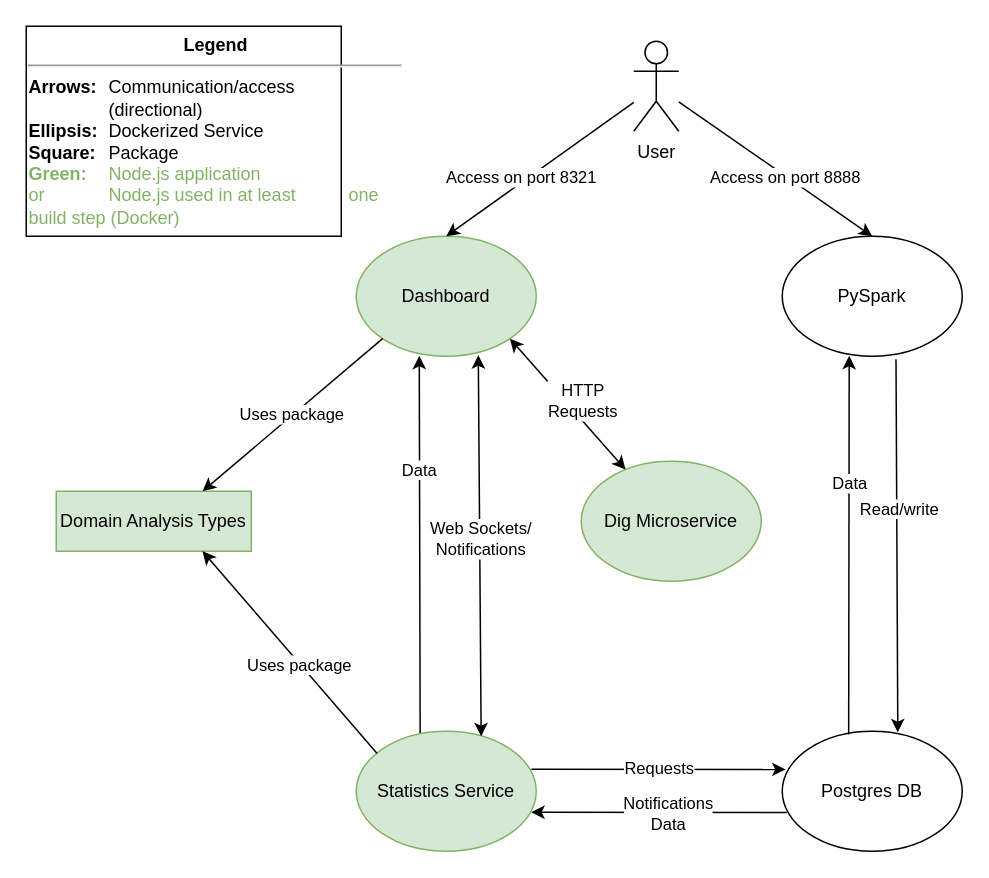
Earlier version of the draw.io diagram project-architecture.drawio (FFCA/bda-gr4-domains-analysis). Source tidied: cells renumbered, new cells numbered last; positions are measured from the earlier drawing's top-left corner, leaving out a move shared by most shapes. Both pictures are drawn from the tidied source at 150%, with x=0, y=0 at pixel (26, 26).
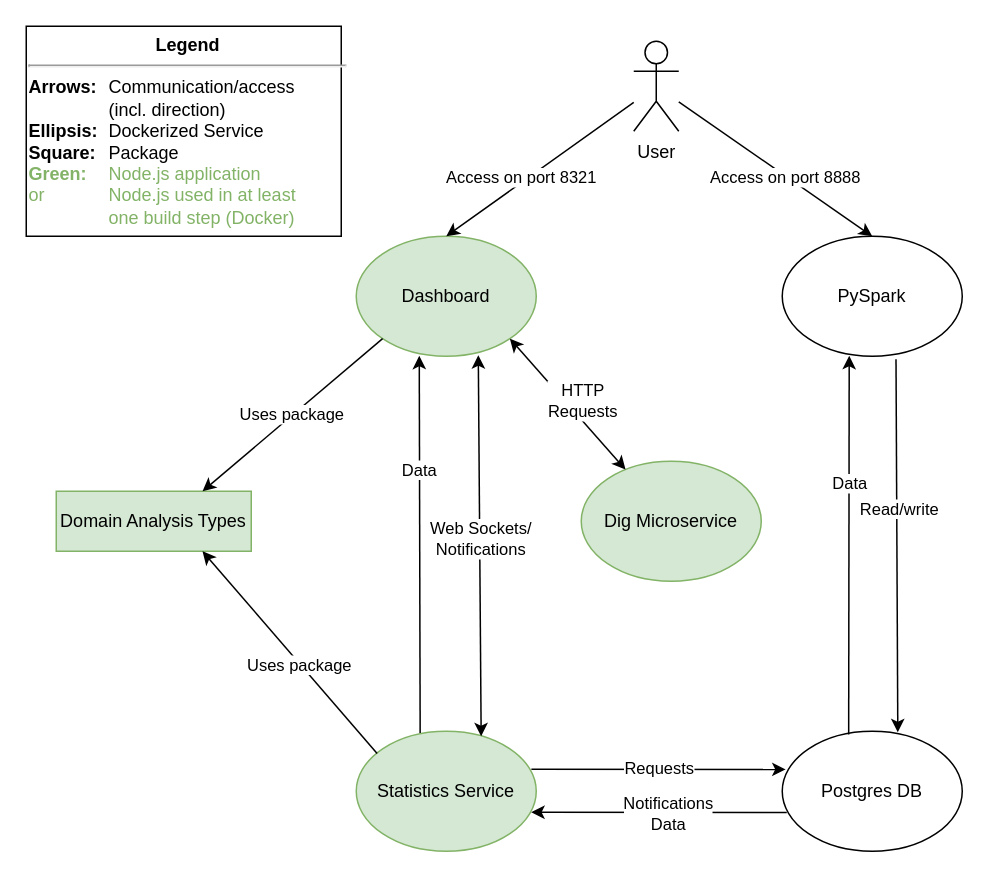
The same diagram, later.

Commit message (it also covers changes not shown here):
#32 / #26: Adjusted architecture legend: direction => incl. direction.

Change to the diagram source:
```diff
@@
-    <mxCell id="25" value="&lt;div style=&quot;text-align: center&quot;&gt;&lt;b&gt;Legend&lt;/b&gt;&lt;/div&gt;&lt;div style=&quot;text-align: center&quot;&gt;&lt;hr&gt;&lt;/div&gt;&lt;b&gt;Arrows:&lt;/b&gt;&lt;span style=&quot;font-weight: bold ; white-space: pre&quot;&gt;&#9;&lt;/span&gt;Communication/access &lt;span style=&quot;white-space: pre&quot;&gt;&#9;&lt;/span&gt;&lt;span style=&quot;white-space: pre&quot;&gt;&#9;&lt;/span&gt;(directional)&lt;br&gt;&lt;b&gt;Ellipsis: &lt;/b&gt;&lt;span style=&quot;font-weight: bold ; white-space: pre&quot;&gt;&#9;&lt;/span&gt;&lt;span&gt;Dockerized Service&lt;/span&gt;&lt;br&gt;&lt;b&gt;Square:&lt;/b&gt;&lt;span style=&quot;font-weight: bold ; white-space: pre&quot;&gt;&#9;&lt;/span&gt;&lt;span&gt;Package&lt;br&gt;&lt;/span&gt;&lt;font color=&quot;#82b366&quot;&gt;&lt;b&gt;Green:&amp;nbsp;&lt;span style=&quot;white-space: pre&quot;&gt;&#9;&lt;/span&gt;&lt;/b&gt;Node.js application or&amp;nbsp;&lt;span style=&quot;white-space: pre&quot;&gt;&#9;&lt;/span&gt;&lt;span style=&quot;white-space: pre&quot;&gt;&#9;&lt;/span&gt;Node.js used in at least &lt;span style=&quot;white-space: pre&quot;&gt;&#9;&lt;/span&gt;&lt;span style=&quot;white-space: pre&quot;&gt;&#9;&lt;/span&gt;one build step (Docker)&lt;/font&gt;" style="rounded=0;whiteSpace=wrap;html=1;align=left;" parent="1" vertex="1">
+    <mxCell id="25" value="&lt;div style=&quot;text-align: center&quot;&gt;&lt;b&gt;Legend&lt;/b&gt;&lt;/div&gt;&lt;div style=&quot;text-align: center&quot;&gt;&lt;hr&gt;&lt;/div&gt;&lt;b&gt;Arrows:&lt;/b&gt;&lt;span style=&quot;font-weight: bold ; white-space: pre&quot;&gt;&#9;&lt;/span&gt;Communication/access &lt;span style=&quot;white-space: pre&quot;&gt;&#9;&lt;/span&gt;&lt;span style=&quot;white-space: pre&quot;&gt;&#9;&lt;/span&gt;(incl. direction)&lt;br&gt;&lt;b&gt;Ellipsis: &lt;/b&gt;&lt;span style=&quot;font-weight: bold ; white-space: pre&quot;&gt;&#9;&lt;/span&gt;&lt;span&gt;Dockerized Service&lt;/span&gt;&lt;br&gt;&lt;b&gt;Square:&lt;/b&gt;&lt;span style=&quot;font-weight: bold ; white-space: pre&quot;&gt;&#9;&lt;/span&gt;&lt;span&gt;Package&lt;br&gt;&lt;/span&gt;&lt;font color=&quot;#82b366&quot;&gt;&lt;b&gt;Green:&amp;nbsp;&lt;span style=&quot;white-space: pre&quot;&gt;&#9;&lt;/span&gt;&lt;/b&gt;Node.js application or&amp;nbsp;&lt;span style=&quot;white-space: pre&quot;&gt;&#9;&lt;/span&gt;&lt;span style=&quot;white-space: pre&quot;&gt;&#9;&lt;/span&gt;Node.js used in at least &lt;span style=&quot;white-space: pre&quot;&gt;&#9;&lt;/span&gt;&lt;span style=&quot;white-space: pre&quot;&gt;&#9;&lt;/span&gt;one build step (Docker)&lt;/font&gt;" style="rounded=0;whiteSpace=wrap;html=1;align=left;" parent="1" vertex="1">
       <mxGeometry width="210" height="140" as="geometry" />
     </mxCell>
```
